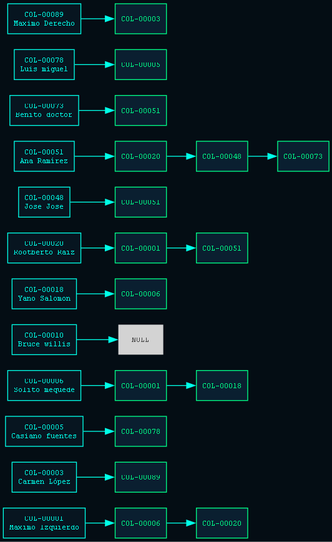
RONY36606/EDD_1S2026_PY_-202307793_FASE1-2-3 keeps this Graphviz diagram as reportes/adyacencia.png. Above is the earlier version. Its source is kept beside it as reportes/adyacencia.dot.
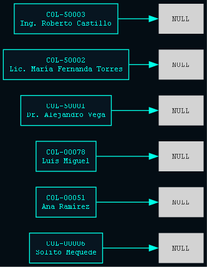
After the commit.

The edit, as a diff of the source:
```diff
@@ -3,50 +3,22 @@
     bgcolor="#040d14";
     node [fontname="Courier", fontsize=9, style=filled, margin="0.1"];
     edge [color="#00ffe7", fontname="Courier", fontsize=8];
-    head_COL_00001 [label="COL-00001\nMaximo Izquierdo", shape=record, fillcolor="#071520", color="#00ffe7", fontcolor="#00ffe7"];
-    slot_COL_00001_COL_00006 [label="COL-00006", shape=box, fillcolor="#0a1f30", color="#00ff88", fontcolor="#00ff88"];
-    head_COL_00001 -> slot_COL_00001_COL_00006;
-    slot_COL_00001_COL_00020 [label="COL-00020", shape=box, fillcolor="#0a1f30", color="#00ff88", fontcolor="#00ff88"];
-    slot_COL_00001_COL_00006 -> slot_COL_00001_COL_00020;
-    head_COL_00003 [label="COL-00003\nCarmen López", shape=record, fillcolor="#071520", color="#00ffe7", fontcolor="#00ffe7"];
-    slot_COL_00003_COL_00089 [label="COL-00089", shape=box, fillcolor="#0a1f30", color="#00ff88", fontcolor="#00ff88"];
-    head_COL_00003 -> slot_COL_00003_COL_00089;
-    head_COL_00005 [label="COL-00005\nCasiano fuentes", shape=record, fillcolor="#071520", color="#00ffe7", fontcolor="#00ffe7"];
-    slot_COL_00005_COL_00078 [label="COL-00078", shape=box, fillcolor="#0a1f30", color="#00ff88", fontcolor="#00ff88"];
-    head_COL_00005 -> slot_COL_00005_COL_00078;
-    head_COL_00006 [label="COL-00006\nSolito mequede", shape=record, fillcolor="#071520", color="#00ffe7", fontcolor="#00ffe7"];
-    slot_COL_00006_COL_00001 [label="COL-00001", shape=box, fillcolor="#0a1f30", color="#00ff88", fontcolor="#00ff88"];
-    head_COL_00006 -> slot_COL_00006_COL_00001;
-    slot_COL_00006_COL_00018 [label="COL-00018", shape=box, fillcolor="#0a1f30", color="#00ff88", fontcolor="#00ff88"];
-    slot_COL_00006_COL_00001 -> slot_COL_00006_COL_00018;
-    head_COL_00010 [label="COL-00010\nBruce willis", shape=record, fillcolor="#071520", color="#00ffe7", fontcolor="#00ffe7"];
-    null_COL_00010 [label="NULL", shape=plaintext, fontcolor="#444444"];
-    head_COL_00010 -> null_COL_00010;
-    head_COL_00018 [label="COL-00018\nYano Salomon", shape=record, fillcolor="#071520", color="#00ffe7", fontcolor="#00ffe7"];
-    slot_COL_00018_COL_00006 [label="COL-00006", shape=box, fillcolor="#0a1f30", color="#00ff88", fontcolor="#00ff88"];
-    head_COL_00018 -> slot_COL_00018_COL_00006;
-    head_COL_00020 [label="COL-00020\nRootberto Raiz", shape=record, fillcolor="#071520", color="#00ffe7", fontcolor="#00ffe7"];
-    slot_COL_00020_COL_00001 [label="COL-00001", shape=box, fillcolor="#0a1f30", color="#00ff88", fontcolor="#00ff88"];
-    head_COL_00020 -> slot_COL_00020_COL_00001;
-    slot_COL_00020_COL_00051 [label="COL-00051", shape=box, fillcolor="#0a1f30", color="#00ff88", fontcolor="#00ff88"];
-    slot_COL_00020_COL_00001 -> slot_COL_00020_COL_00051;
-    head_COL_00048 [label="COL-00048\nJose Jose", shape=record, fillcolor="#071520", color="#00ffe7", fontcolor="#00ffe7"];
-    slot_COL_00048_COL_00051 [label="COL-00051", shape=box, fillcolor="#0a1f30", color="#00ff88", fontcolor="#00ff88"];
-    head_COL_00048 -> slot_COL_00048_COL_00051;
+    head_COL_00006 [label="COL-00006\nSolito Mequede", shape=record, fillcolor="#071520", color="#00ffe7", fontcolor="#00ffe7"];
+    null_COL_00006 [label="NULL", shape=plaintext, fontcolor="#444444"];
+    head_COL_00006 -> null_COL_00006;
     head_COL_00051 [label="COL-00051\nAna Ramírez", shape=record, fillcolor="#071520", color="#00ffe7", fontcolor="#00ffe7"];
-    slot_COL_00051_COL_00020 [label="COL-00020", shape=box, fillcolor="#0a1f30", color="#00ff88", fontcolor="#00ff88"];
-    head_COL_00051 -> slot_COL_00051_COL_00020;
-    slot_COL_00051_COL_00048 [label="COL-00048", shape=box, fillcolor="#0a1f30", color="#00ff88", fontcolor="#00ff88"];
-    slot_COL_00051_COL_00020 -> slot_COL_00051_COL_00048;
-    slot_COL_00051_COL_00073 [label="COL-00073", shape=box, fillcolor="#0a1f30", color="#00ff88", fontcolor="#00ff88"];
-    slot_COL_00051_COL_00048 -> slot_COL_00051_COL_00073;
-    head_COL_00073 [label="COL-00073\nBenito doctor", shape=record, fillcolor="#071520", color="#00ffe7", fontcolor="#00ffe7"];
-    slot_COL_00073_COL_00051 [label="COL-00051", shape=box, fillcolor="#0a1f30", color="#00ff88", fontcolor="#00ff88"];
-    head_COL_00073 -> slot_COL_00073_COL_00051;
-    head_COL_00078 [label="COL-00078\nLuis miguel", shape=record, fillcolor="#071520", color="#00ffe7", fontcolor="#00ffe7"];
-    slot_COL_00078_COL_00005 [label="COL-00005", shape=box, fillcolor="#0a1f30", color="#00ff88", fontcolor="#00ff88"];
-    head_COL_00078 -> slot_COL_00078_COL_00005;
-    head_COL_00089 [label="COL-00089\nMaximo Derecho", shape=record, fillcolor="#071520", color="#00ffe7", fontcolor="#00ffe7"];
-    slot_COL_00089_COL_00003 [label="COL-00003", shape=box, fillcolor="#0a1f30", color="#00ff88", fontcolor="#00ff88"];
-    head_COL_00089 -> slot_COL_00089_COL_00003;
+    null_COL_00051 [label="NULL", shape=plaintext, fontcolor="#444444"];
+    head_COL_00051 -> null_COL_00051;
+    head_COL_00078 [label="COL-00078\nLuis Miguel", shape=record, fillcolor="#071520", color="#00ffe7", fontcolor="#00ffe7"];
+    null_COL_00078 [label="NULL", shape=plaintext, fontcolor="#444444"];
+    head_COL_00078 -> null_COL_00078;
+    head_COL_50001 [label="COL-50001\nDr. Alejandro Vega", shape=record, fillcolor="#071520", color="#00ffe7", fontcolor="#00ffe7"];
+    null_COL_50001 [label="NULL", shape=plaintext, fontcolor="#444444"];
+    head_COL_50001 -> null_COL_50001;
+    head_COL_50002 [label="COL-50002\nLic. María Fernanda Torres", shape=record, fillcolor="#071520", color="#00ffe7", fontcolor="#00ffe7"];
+    null_COL_50002 [label="NULL", shape=plaintext, fontcolor="#444444"];
+    head_COL_50002 -> null_COL_50002;
+    head_COL_50003 [label="COL-50003\nIng. Roberto Castillo", shape=record, fillcolor="#071520", color="#00ffe7", fontcolor="#00ffe7"];
+    null_COL_50003 [label="NULL", shape=plaintext, fontcolor="#444444"];
+    head_COL_50003 -> null_COL_50003;
 }
```
